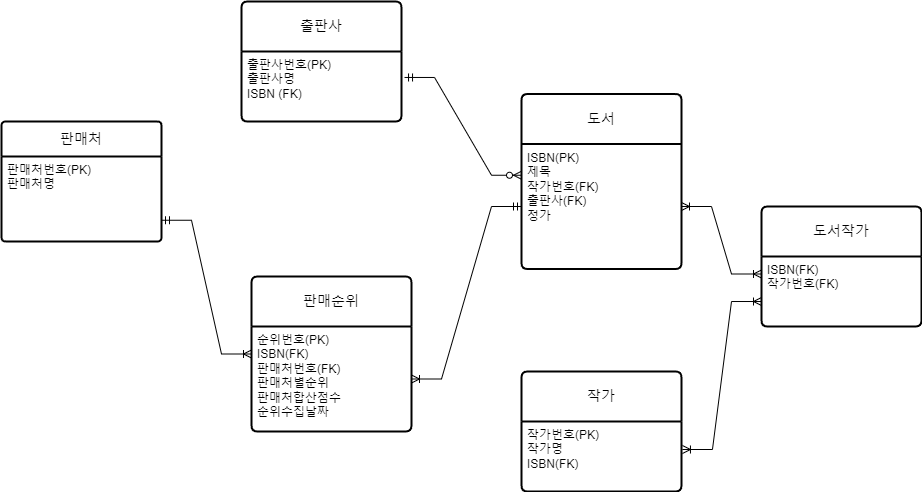
Hyunminmax/MiniProjects keeps this draw.io diagram as Mini_Project_2/source/prepare_to_Crawling/ERD_Logic.drawio.png. Above is the earlier version. Source tidied: cells renumbered, new cells last; positions are measured from the earlier drawing's top-left corner, leaving out a move shared by most shapes.
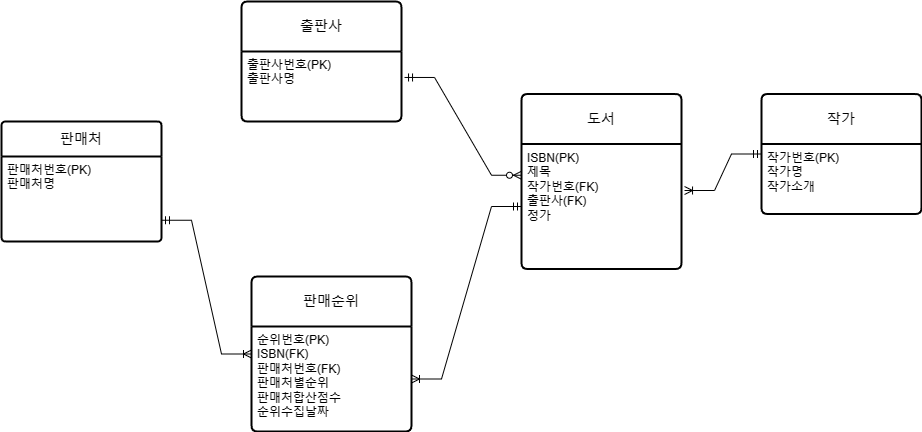
After the change.

Diff of the diagram source:
```diff
@@ -11,13 +11,13 @@
     <mxCell id="4" value="출판사" style="swimlane;horizontal=1;startSize=50;rounded=1;fontSize=14;fontStyle=0;strokeWidth=2;shadow=0;dashed=0;align=center;arcSize=4;whiteSpace=wrap;html=1;" parent="1" vertex="1">
       <mxGeometry x="240" width="160" height="120" as="geometry" />
     </mxCell>
-    <mxCell id="5" value="출판사번호(PK)&lt;br&gt;출판사명&lt;br&gt;ISBN (FK)" style="align=left;strokeColor=none;fillColor=none;spacingLeft=4;fontSize=12;verticalAlign=top;html=1;" parent="4" vertex="1">
+    <mxCell id="5" value="출판사번호(PK)&lt;br&gt;출판사명&lt;div&gt;&lt;br/&gt;&lt;/div&gt;" style="align=left;strokeColor=none;fillColor=none;spacingLeft=4;fontSize=12;verticalAlign=top;html=1;" parent="4" vertex="1">
       <mxGeometry y="50" width="160" height="70" as="geometry" />
     </mxCell>
     <mxCell id="6" value="작가" style="swimlane;horizontal=1;startSize=50;rounded=1;fontSize=14;fontStyle=0;strokeWidth=2;shadow=0;dashed=0;align=center;arcSize=4;whiteSpace=wrap;html=1;" parent="1" vertex="1">
-      <mxGeometry x="520" y="370" width="160" height="120" as="geometry" />
+      <mxGeometry x="760" y="92.5" width="160" height="120" as="geometry" />
     </mxCell>
-    <mxCell id="7" value="작가번호(PK)&lt;br&gt;작가명&lt;br&gt;ISBN(FK)" style="align=left;strokeColor=none;fillColor=none;spacingLeft=4;fontSize=12;verticalAlign=top;html=1;" parent="6" vertex="1">
+    <mxCell id="7" value="작가번호(PK)&lt;br&gt;작가명&lt;br&gt;작가소개" style="align=left;strokeColor=none;fillColor=none;spacingLeft=4;fontSize=12;verticalAlign=top;html=1;" parent="6" vertex="1">
       <mxGeometry y="50" width="160" height="70" as="geometry" />
     </mxCell>
     <mxCell id="8" value="도서" style="swimlane;horizontal=1;startSize=50;rounded=1;fontSize=14;fontStyle=0;strokeWidth=2;shadow=0;dashed=0;align=center;arcSize=4;whiteSpace=wrap;html=1;" parent="1" vertex="1">
@@ -45,21 +45,8 @@
     <mxCell id="14" style="edgeStyle=entityRelationEdgeStyle;fontSize=12;html=1;endArrow=ERoneToMany;startArrow=ERmandOne;rounded=0;exitX=1;exitY=0.75;exitDx=0;exitDy=0;entryX=0;entryY=0.5;entryDx=0;entryDy=0;" parent="1" edge="1" source="3" target="11">
       <mxGeometry relative="1" as="geometry" />
     </mxCell>
-    <mxCell id="15" value="도서작가" style="swimlane;horizontal=1;startSize=50;rounded=1;fontSize=14;fontStyle=0;strokeWidth=2;shadow=0;dashed=0;align=center;arcSize=4;whiteSpace=wrap;html=1;" parent="1" vertex="1">
-      <mxGeometry x="760" y="205" width="160" height="120" as="geometry" />
-    </mxCell>
-    <mxCell id="16" value="ISBN(FK)&lt;br&gt;작가번호(FK)" style="align=left;strokeColor=none;fillColor=none;spacingLeft=4;fontSize=12;verticalAlign=top;html=1;" parent="15" vertex="1">
-      <mxGeometry y="50" width="160" height="70" as="geometry" />
-    </mxCell>
-    <mxCell id="17" style="edgeStyle=entityRelationEdgeStyle;fontSize=12;html=1;endArrow=ERoneToMany;startArrow=ERoneToMany;rounded=0;entryX=0;entryY=0.25;entryDx=0;entryDy=0;exitX=1;exitY=0.5;exitDx=0;exitDy=0;" parent="1" edge="1" source="9" target="16">
-      <mxGeometry relative="1" as="geometry" />
-    </mxCell>
-    <mxCell id="18" style="edgeStyle=entityRelationEdgeStyle;fontSize=12;html=1;endArrow=ERoneToMany;startArrow=ERoneToMany;rounded=0;exitX=1.006;exitY=0.4;exitDx=0;exitDy=0;exitPerimeter=0;entryX=0;entryY=0.643;entryDx=0;entryDy=0;entryPerimeter=0;" parent="1" edge="1" source="7" target="16">
-      <mxGeometry relative="1" as="geometry">
-        <Array as="points">
-          <mxPoint x="940" y="350" />
-        </Array>
-      </mxGeometry>
-    </mxCell>
+    <mxCell id="19" style="edgeStyle=entityRelationEdgeStyle;fontSize=12;html=1;endArrow=ERoneToMany;startArrow=ERmandOne;rounded=0;exitX=0;exitY=0.5;exitDx=0;exitDy=0;entryX=1.019;entryY=0.372;entryDx=0;entryDy=0;entryPerimeter=0;" parent="1" edge="1" source="6" target="9">
+      <mxGeometry relative="1" as="geometry" />
+    </mxCell>
   </root>
 </mxGraphModel>
```
